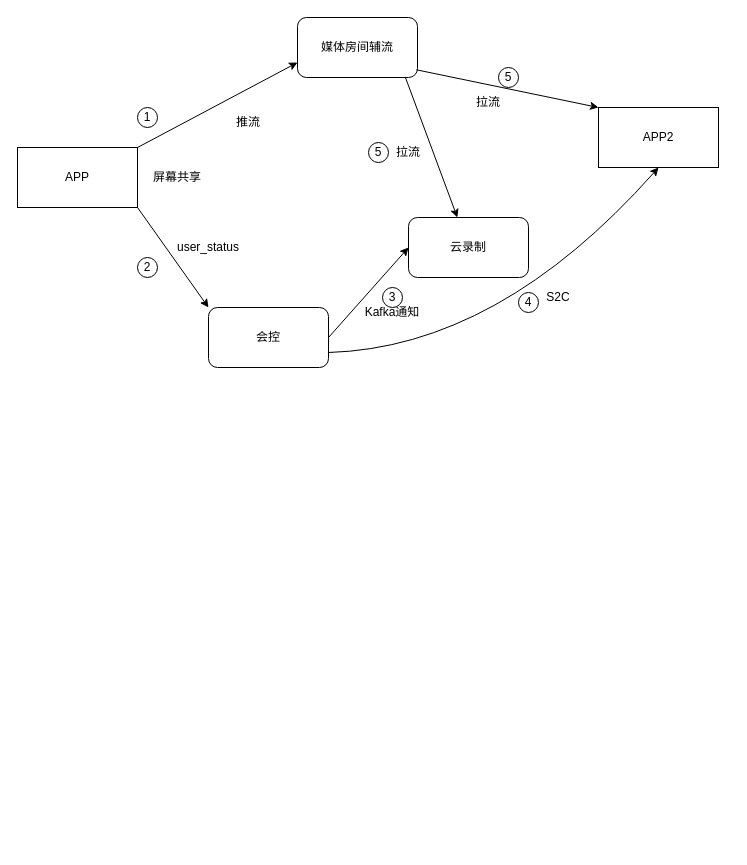
This is arch/云录制支持文档共享.drawio from melonshell/draw.io, a draw.io file, before an edit. Source tidied: cells renumbered, new cells numbered last; positions are measured from the earlier drawing's top-left corner, leaving out a move shared by most shapes. Both pictures are drawn from the tidied source at 100%, with x=0, y=0 at pixel (17, 17).
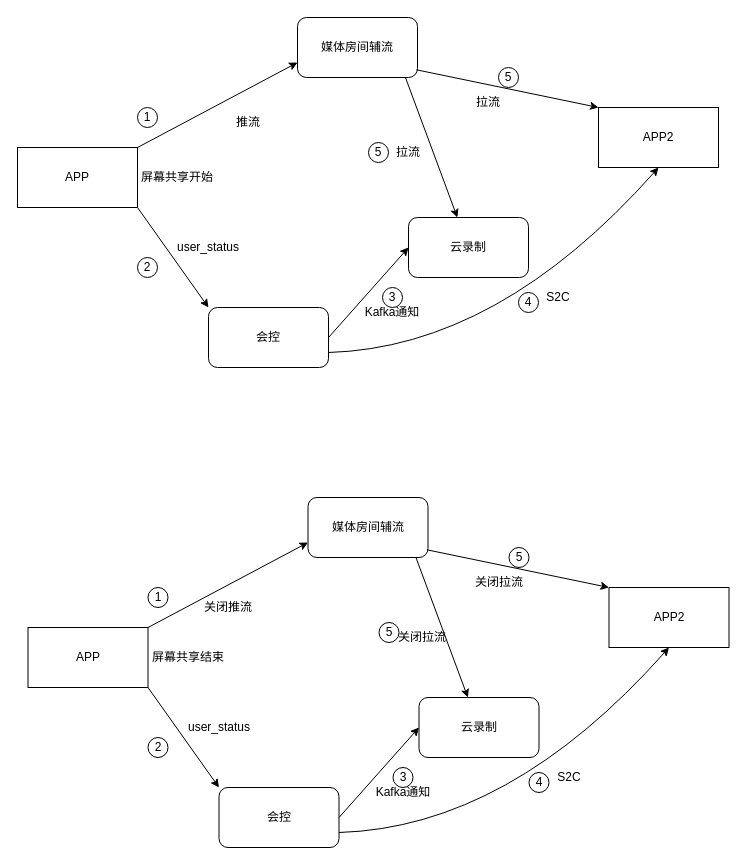
The same diagram, later.

Commit message (it also covers changes not shown here):
更新云录制支持文档共享.drawio

The edit, as a diff of the source:
```diff
@@
-    <mxCell id="17" value="屏幕共享" style="rounded=0;whiteSpace=wrap;html=1;fillColor=none;strokeColor=none;" parent="1" vertex="1">
+    <mxCell id="17" value="屏幕共享开始" style="rounded=0;whiteSpace=wrap;html=1;fillColor=none;strokeColor=none;" parent="1" vertex="1">
       <mxGeometry x="120" y="145" width="80" height="30" as="geometry" />
     </mxCell>
@@
+    <mxCell id="26" value="媒体房间辅流" style="rounded=1;whiteSpace=wrap;html=1;" parent="1" vertex="1">
+      <mxGeometry x="290.5" y="480" width="120" height="60" as="geometry" />
+    </mxCell>
+    <mxCell id="27" value="APP" style="rounded=0;whiteSpace=wrap;html=1;" parent="1" vertex="1">
+      <mxGeometry x="10.5" y="610" width="120" height="60" as="geometry" />
+    </mxCell>
+    <mxCell id="28" value="云录制" style="rounded=1;whiteSpace=wrap;html=1;" parent="1" vertex="1">
+      <mxGeometry x="401.5" y="680" width="120" height="60" as="geometry" />
+    </mxCell>
+    <mxCell id="29" value="会控" style="rounded=1;whiteSpace=wrap;html=1;" parent="1" vertex="1">
+      <mxGeometry x="201.5" y="770" width="120" height="60" as="geometry" />
+    </mxCell>
+    <mxCell id="30" value="APP2" style="rounded=0;whiteSpace=wrap;html=1;" parent="1" vertex="1">
+      <mxGeometry x="591.5" y="570" width="120" height="60" as="geometry" />
+    </mxCell>
+    <mxCell id="31" style="endArrow=classic;html=1;rounded=0;entryX=0;entryY=0.75;entryDx=0;entryDy=0;" parent="1" edge="1" target="26">
+      <mxGeometry relative="1" as="geometry">
+        <mxPoint x="130.5" y="610" as="sourcePoint" />
+      </mxGeometry>
+    </mxCell>
+    <mxCell id="32" style="endArrow=classic;html=1;rounded=0;exitX=0.992;exitY=0.872;exitDx=0;exitDy=0;exitPerimeter=0;entryX=0;entryY=0;entryDx=0;entryDy=0;" parent="1" edge="1" source="26" target="30">
+      <mxGeometry relative="1" as="geometry" />
+    </mxCell>
+    <mxCell id="33" value="关闭拉流" style="rounded=0;whiteSpace=wrap;html=1;fillColor=none;strokeColor=none;" parent="1" vertex="1">
+      <mxGeometry x="441.5" y="550" width="80" height="30" as="geometry" />
+    </mxCell>
+    <mxCell id="34" style="endArrow=classic;html=1;rounded=0;exitX=0.9;exitY=1.002;exitDx=0;exitDy=0;exitPerimeter=0;" parent="1" edge="1" source="26" target="28">
+      <mxGeometry relative="1" as="geometry" />
+    </mxCell>
+    <mxCell id="35" value="关闭拉流" style="rounded=0;whiteSpace=wrap;html=1;fillColor=none;strokeColor=none;" parent="1" vertex="1">
+      <mxGeometry x="365" y="605" width="80" height="30" as="geometry" />
+    </mxCell>
+    <mxCell id="36" style="endArrow=classic;html=1;rounded=0;exitX=1;exitY=1;exitDx=0;exitDy=0;entryX=0;entryY=0;entryDx=0;entryDy=0;" parent="1" edge="1" source="27" target="29">
+      <mxGeometry relative="1" as="geometry" />
+    </mxCell>
+    <mxCell id="37" value="user_status" style="rounded=0;whiteSpace=wrap;html=1;fillColor=none;strokeColor=none;" parent="1" vertex="1">
+      <mxGeometry x="161.5" y="695" width="80" height="30" as="geometry" />
+    </mxCell>
+    <mxCell id="38" style="endArrow=classic;html=1;rounded=0;exitX=1;exitY=0.5;exitDx=0;exitDy=0;entryX=0;entryY=0.5;entryDx=0;entryDy=0;" parent="1" edge="1" source="29" target="28">
+      <mxGeometry relative="1" as="geometry" />
+    </mxCell>
+    <mxCell id="39" value="Kafka通知" style="rounded=0;whiteSpace=wrap;html=1;fillColor=none;strokeColor=none;" parent="1" vertex="1">
+      <mxGeometry x="345.5" y="760" width="80" height="30" as="geometry" />
+    </mxCell>
+    <mxCell id="40" value="屏幕共享结束" style="rounded=0;whiteSpace=wrap;html=1;fillColor=none;strokeColor=none;" parent="1" vertex="1">
+      <mxGeometry x="130.5" y="625" width="80" height="30" as="geometry" />
+    </mxCell>
+    <mxCell id="41" value="1" style="ellipse;whiteSpace=wrap;html=1;fillColor=none;" parent="1" vertex="1">
+      <mxGeometry x="130.5" y="570" width="20" height="20" as="geometry" />
+    </mxCell>
+    <mxCell id="42" value="2" style="ellipse;whiteSpace=wrap;html=1;fillColor=none;" parent="1" vertex="1">
+      <mxGeometry x="130.5" y="720" width="20" height="20" as="geometry" />
+    </mxCell>
+    <mxCell id="43" value="3" style="ellipse;whiteSpace=wrap;html=1;fillColor=none;" parent="1" vertex="1">
+      <mxGeometry x="375.5" y="750" width="20" height="20" as="geometry" />
+    </mxCell>
+    <mxCell id="44" style="curved=1;endArrow=classic;html=1;rounded=0;exitX=1;exitY=0.75;exitDx=0;exitDy=0;entryX=0.5;entryY=1;entryDx=0;entryDy=0;" parent="1" edge="1" source="29" target="30">
+      <mxGeometry relative="1" as="geometry">
+        <Array as="points">
+          <mxPoint x="491.5" y="810" />
+        </Array>
+      </mxGeometry>
+    </mxCell>
+    <mxCell id="45" value="S2C" style="rounded=0;whiteSpace=wrap;html=1;fillColor=none;strokeColor=none;" parent="1" vertex="1">
+      <mxGeometry x="511.5" y="745" width="80" height="30" as="geometry" />
+    </mxCell>
+    <mxCell id="46" value="4" style="ellipse;whiteSpace=wrap;html=1;fillColor=none;" parent="1" vertex="1">
+      <mxGeometry x="511.5" y="755" width="20" height="20" as="geometry" />
+    </mxCell>
+    <mxCell id="47" value="5" style="ellipse;whiteSpace=wrap;html=1;fillColor=none;" parent="1" vertex="1">
+      <mxGeometry x="491.5" y="530" width="20" height="20" as="geometry" />
+    </mxCell>
+    <mxCell id="48" value="5" style="ellipse;whiteSpace=wrap;html=1;fillColor=none;" parent="1" vertex="1">
+      <mxGeometry x="361.5" y="605" width="20" height="20" as="geometry" />
+    </mxCell>
+    <mxCell id="49" value="关闭推流" style="rounded=0;whiteSpace=wrap;html=1;fillColor=none;strokeColor=none;" parent="1" vertex="1">
+      <mxGeometry x="171" y="575" width="80" height="30" as="geometry" />
+    </mxCell>
```
